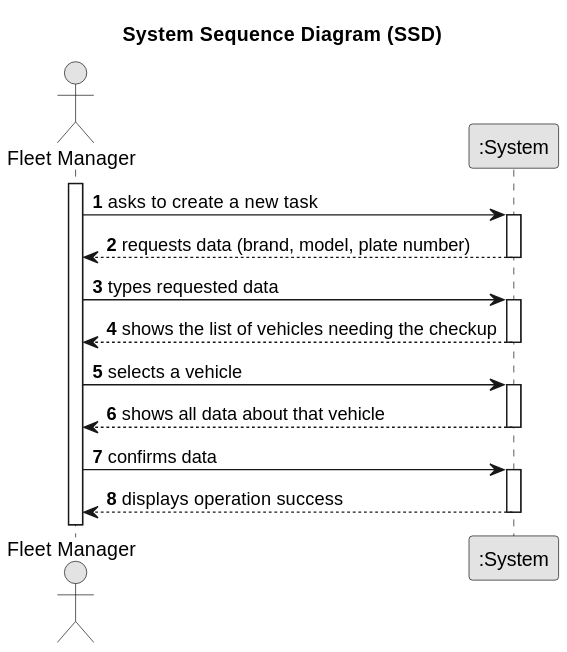
This is docs/sprintA/us008/01.requirements-engineering/svg/us008-system-sequence-diagram.svg from Rui-San/LAPR2_2023_2024, a PlantUML export, as it was before one commit.
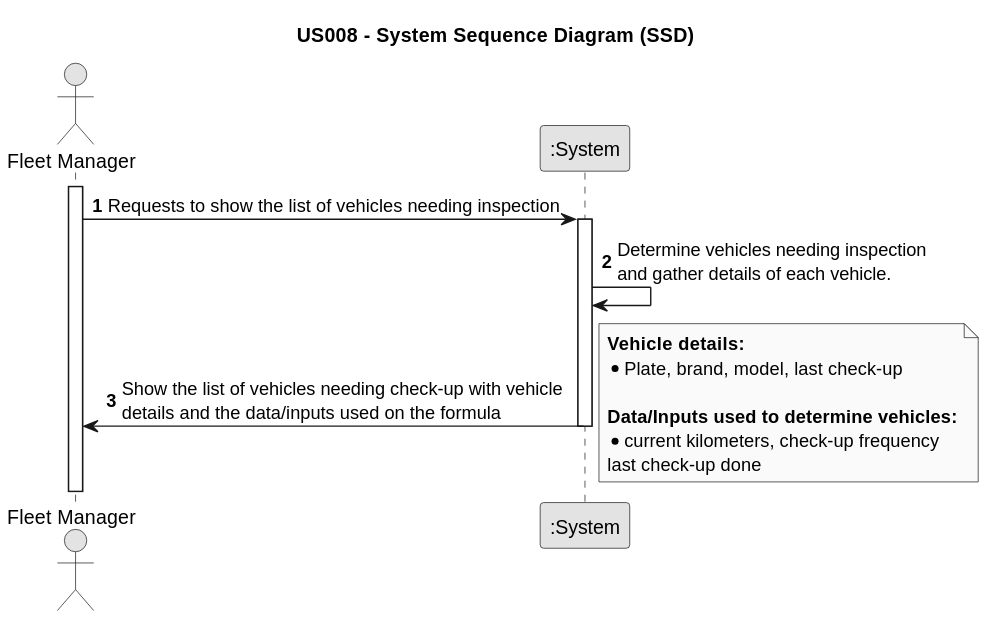
The same diagram one commit later.

Commit message:
- US008: Created System Sequence diagram .puml and .svg

Diff of the diagram source:
```diff
@@ -3,7 +3,7 @@
 skinparam packageStyle rectangle
 skinparam shadowing false
 
-title System Sequence Diagram (SSD)
+title US008 - System Sequence Diagram (SSD)
 
 autonumber
 
@@ -12,27 +12,23 @@
 
 activate Employee
 
-    Employee -> System : asks to create a new task
+    Employee -> System : Requests to show the list of vehicles needing inspection
     activate System
 
-        System --> Employee : requests data (brand, model, plate number)
+        System -> System : Determine vehicles needing inspection \nand gather details of each vehicle.
+
+        System -> Employee : Show the list of vehicles needing check-up with vehicle \ndetails and the data/inputs used on the formula
+
     deactivate System
 
-    Employee -> System : types requested data
-    activate System
+note right
+**Vehicle details:**
+*Plate, brand, model, last check-up
 
-        System --> Employee : shows the list of vehicles needing the checkup
-    deactivate System
+**Data/Inputs used to determine vehicles:**
+*current kilometers, check-up frequency
+last check-up done
+end note
 
-    Employee -> System : selects a vehicle
-    activate System
-
-        System --> Employee : shows all data about that vehicle
-    deactivate System
-
-    Employee -> System : confirms data
-    activate System
-
-        System --> Employee : displays operation success
     deactivate System
 @enduml
```
